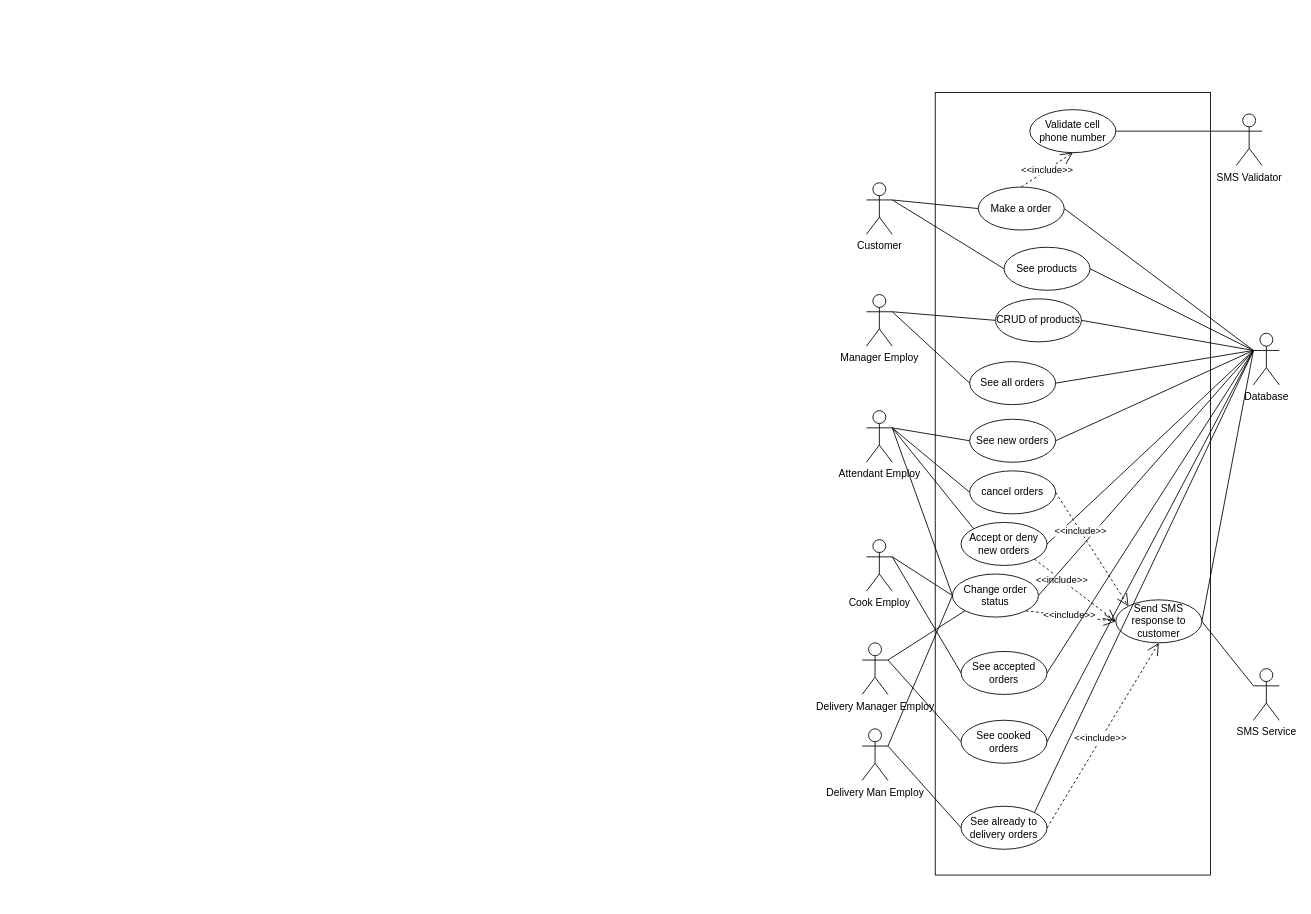
The draw.io diagram page "UML" (1 of 3) of docs/wiyo-diagrams.drawio in alvarengacarlos/Order, before the edit. Source tidied: cells renumbered, new cells numbered last; positions are measured from the earlier drawing's top-left corner, leaving out a move shared by most shapes. Both pictures are drawn from the tidied source at 86%, with x=0, y=0 at pixel (862, 92).
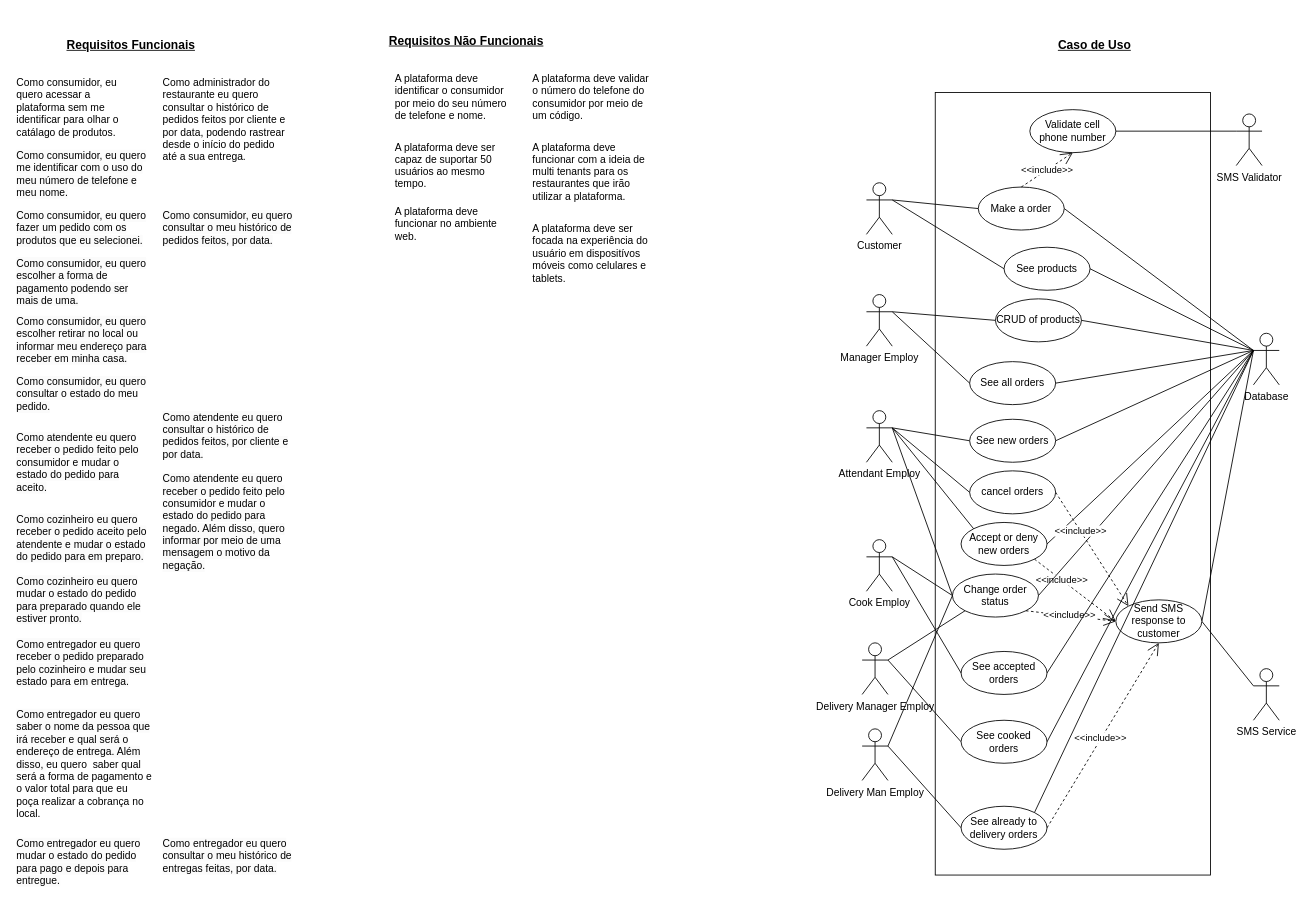
The same diagram, later.

Diff of the diagram source:
```diff
@@
+    <mxCell id="57" value="Caso de Uso" style="text;html=1;align=center;verticalAlign=middle;whiteSpace=wrap;rounded=0;fontStyle=5;fontSize=14;" parent="1" vertex="1">
+      <mxGeometry x="178" y="-70" width="185" height="30" as="geometry" />
+    </mxCell>
+    <mxCell id="58" value="Requisitos Funcionais" style="text;html=1;align=center;verticalAlign=middle;whiteSpace=wrap;rounded=0;fontSize=14;fontStyle=5;" parent="1" vertex="1">
+      <mxGeometry x="-955" y="-85" width="210" height="60" as="geometry" />
+    </mxCell>
+    <mxCell id="59" value="Requisitos Não Funcionais" style="text;html=1;align=center;verticalAlign=middle;whiteSpace=wrap;rounded=0;fontSize=14;fontStyle=5;" parent="1" vertex="1">
+      <mxGeometry x="-565" y="-90" width="210" height="60" as="geometry" />
+    </mxCell>
+    <mxCell id="60" value="&lt;span style=&quot;&quot;&gt;Como consumidor, eu quero acessar a plataforma sem me identificar para olhar o catálago de produtos.&lt;/span&gt;" style="text;html=1;align=left;verticalAlign=top;whiteSpace=wrap;rounded=0;" parent="1" vertex="1">
+      <mxGeometry x="-985" y="-25" width="130" height="80" as="geometry" />
+    </mxCell>
+    <mxCell id="61" value="&lt;span style=&quot;color: rgb(0, 0, 0); font-family: Helvetica; font-size: 12px; font-style: normal; font-variant-ligatures: normal; font-variant-caps: normal; font-weight: 400; letter-spacing: normal; orphans: 2; text-indent: 0px; text-transform: none; widows: 2; word-spacing: 0px; -webkit-text-stroke-width: 0px; white-space: normal; background-color: rgb(251, 251, 251); text-decoration-thickness: initial; text-decoration-style: initial; text-decoration-color: initial; float: none; display: inline !important;&quot;&gt;Como consumidor, eu quero fazer um pedido com os produtos que eu selecionei.&lt;/span&gt;" style="text;whiteSpace=wrap;html=1;align=left;verticalAlign=top;" parent="1" vertex="1">
+      <mxGeometry x="-985" y="130" width="160" height="60" as="geometry" />
+    </mxCell>
+    <mxCell id="62" value="&lt;span style=&quot;color: rgb(0, 0, 0); font-family: Helvetica; font-size: 12px; font-style: normal; font-variant-ligatures: normal; font-variant-caps: normal; font-weight: 400; letter-spacing: normal; orphans: 2; text-indent: 0px; text-transform: none; widows: 2; word-spacing: 0px; -webkit-text-stroke-width: 0px; white-space: normal; background-color: rgb(251, 251, 251); text-decoration-thickness: initial; text-decoration-style: initial; text-decoration-color: initial; float: none; display: inline !important;&quot;&gt;Como consumidor, eu quero escolher retirar no local ou informar meu endereço para receber em minha casa.&lt;/span&gt;" style="text;whiteSpace=wrap;html=1;align=left;verticalAlign=top;" parent="1" vertex="1">
+      <mxGeometry x="-985" y="252.5" width="160" height="70" as="geometry" />
+    </mxCell>
+    <mxCell id="63" value="&lt;span style=&quot;color: rgb(0, 0, 0); font-family: Helvetica; font-size: 12px; font-style: normal; font-variant-ligatures: normal; font-variant-caps: normal; font-weight: 400; letter-spacing: normal; orphans: 2; text-indent: 0px; text-transform: none; widows: 2; word-spacing: 0px; -webkit-text-stroke-width: 0px; white-space: normal; background-color: rgb(251, 251, 251); text-decoration-thickness: initial; text-decoration-style: initial; text-decoration-color: initial; float: none; display: inline !important;&quot;&gt;Como consumidor, eu quero escolher a forma de pagamento podendo ser mais de uma.&lt;/span&gt;" style="text;whiteSpace=wrap;html=1;align=left;verticalAlign=top;" parent="1" vertex="1">
+      <mxGeometry x="-985" y="185" width="160" height="67.5" as="geometry" />
+    </mxCell>
+    <mxCell id="64" value="&lt;span style=&quot;color: rgb(0, 0, 0); font-family: Helvetica; font-size: 12px; font-style: normal; font-variant-ligatures: normal; font-variant-caps: normal; font-weight: 400; letter-spacing: normal; orphans: 2; text-indent: 0px; text-transform: none; widows: 2; word-spacing: 0px; -webkit-text-stroke-width: 0px; white-space: normal; background-color: rgb(251, 251, 251); text-decoration-thickness: initial; text-decoration-style: initial; text-decoration-color: initial; float: none; display: inline !important;&quot;&gt;Como consumidor, eu quero me identificar com o uso do meu número de telefone e meu nome.&lt;/span&gt;" style="text;whiteSpace=wrap;html=1;align=left;verticalAlign=top;" parent="1" vertex="1">
+      <mxGeometry x="-985" y="60" width="160" height="70" as="geometry" />
+    </mxCell>
+    <mxCell id="65" value="&lt;span style=&quot;color: rgb(0, 0, 0); font-family: Helvetica; font-size: 12px; font-style: normal; font-variant-ligatures: normal; font-variant-caps: normal; font-weight: 400; letter-spacing: normal; orphans: 2; text-indent: 0px; text-transform: none; widows: 2; word-spacing: 0px; -webkit-text-stroke-width: 0px; white-space: normal; background-color: rgb(251, 251, 251); text-decoration-thickness: initial; text-decoration-style: initial; text-decoration-color: initial; float: none; display: inline !important;&quot;&gt;Como atendente eu quero receber o pedido feito pelo consumidor e mudar o estado do pedido para aceito.&lt;/span&gt;" style="text;whiteSpace=wrap;html=1;align=left;verticalAlign=top;" parent="1" vertex="1">
+      <mxGeometry x="-985" y="387.5" width="160" height="90" as="geometry" />
+    </mxCell>
+    <mxCell id="66" value="&lt;span style=&quot;color: rgb(0, 0, 0); font-family: Helvetica; font-size: 12px; font-style: normal; font-variant-ligatures: normal; font-variant-caps: normal; font-weight: 400; letter-spacing: normal; orphans: 2; text-indent: 0px; text-transform: none; widows: 2; word-spacing: 0px; -webkit-text-stroke-width: 0px; white-space: normal; background-color: rgb(251, 251, 251); text-decoration-thickness: initial; text-decoration-style: initial; text-decoration-color: initial; float: none; display: inline !important;&quot;&gt;Como consumidor, eu quero consultar o estado do meu pedido.&lt;/span&gt;" style="text;whiteSpace=wrap;html=1;align=left;verticalAlign=top;" parent="1" vertex="1">
+      <mxGeometry x="-985" y="322.5" width="160" height="55" as="geometry" />
+    </mxCell>
+    <mxCell id="67" value="&lt;span style=&quot;color: rgb(0, 0, 0); font-family: Helvetica; font-size: 12px; font-style: normal; font-variant-ligatures: normal; font-variant-caps: normal; font-weight: 400; letter-spacing: normal; orphans: 2; text-indent: 0px; text-transform: none; widows: 2; word-spacing: 0px; -webkit-text-stroke-width: 0px; white-space: normal; background-color: rgb(251, 251, 251); text-decoration-thickness: initial; text-decoration-style: initial; text-decoration-color: initial; float: none; display: inline !important;&quot;&gt;Como cozinheiro eu quero receber o pedido aceito pelo atendente e mudar o estado do pedido para em preparo.&lt;/span&gt;" style="text;whiteSpace=wrap;html=1;align=left;verticalAlign=top;" parent="1" vertex="1">
+      <mxGeometry x="-985" y="482.5" width="160" height="75" as="geometry" />
+    </mxCell>
+    <mxCell id="68" value="&lt;span style=&quot;color: rgb(0, 0, 0); font-family: Helvetica; font-size: 12px; font-style: normal; font-variant-ligatures: normal; font-variant-caps: normal; font-weight: 400; letter-spacing: normal; orphans: 2; text-indent: 0px; text-transform: none; widows: 2; word-spacing: 0px; -webkit-text-stroke-width: 0px; white-space: normal; background-color: rgb(251, 251, 251); text-decoration-thickness: initial; text-decoration-style: initial; text-decoration-color: initial; float: none; display: inline !important;&quot;&gt;Como cozinheiro eu quero mudar o estado do pedido para preparado quando ele estiver pronto.&lt;/span&gt;" style="text;whiteSpace=wrap;html=1;align=left;verticalAlign=top;" parent="1" vertex="1">
+      <mxGeometry x="-985" y="555" width="160" height="72.5" as="geometry" />
+    </mxCell>
+    <mxCell id="69" value="&lt;span style=&quot;color: rgb(0, 0, 0); font-family: Helvetica; font-size: 12px; font-style: normal; font-variant-ligatures: normal; font-variant-caps: normal; font-weight: 400; letter-spacing: normal; orphans: 2; text-indent: 0px; text-transform: none; widows: 2; word-spacing: 0px; -webkit-text-stroke-width: 0px; white-space: normal; background-color: rgb(251, 251, 251); text-decoration-thickness: initial; text-decoration-style: initial; text-decoration-color: initial; float: none; display: inline !important;&quot;&gt;Como entregador eu quero receber o pedido preparado pelo cozinheiro e mudar seu estado para em entrega.&lt;/span&gt;" style="text;whiteSpace=wrap;html=1;align=left;verticalAlign=top;" parent="1" vertex="1">
+      <mxGeometry x="-985" y="627.5" width="160" height="72.5" as="geometry" />
+    </mxCell>
+    <mxCell id="70" value="&lt;span style=&quot;color: rgb(0, 0, 0); font-family: Helvetica; font-size: 12px; font-style: normal; font-variant-ligatures: normal; font-variant-caps: normal; font-weight: 400; letter-spacing: normal; orphans: 2; text-indent: 0px; text-transform: none; widows: 2; word-spacing: 0px; -webkit-text-stroke-width: 0px; white-space: normal; background-color: rgb(251, 251, 251); text-decoration-thickness: initial; text-decoration-style: initial; text-decoration-color: initial; float: none; display: inline !important;&quot;&gt;Como entregador eu quero mudar o estado do pedido para pago e depois para entregue.&lt;/span&gt;" style="text;whiteSpace=wrap;html=1;align=left;verticalAlign=top;" parent="1" vertex="1">
+      <mxGeometry x="-985" y="860" width="160" height="78.8" as="geometry" />
+    </mxCell>
+    <mxCell id="71" value="&lt;span style=&quot;color: rgb(0, 0, 0); font-family: Helvetica; font-size: 12px; font-style: normal; font-variant-ligatures: normal; font-variant-caps: normal; font-weight: 400; letter-spacing: normal; orphans: 2; text-indent: 0px; text-transform: none; widows: 2; word-spacing: 0px; -webkit-text-stroke-width: 0px; white-space: normal; background-color: rgb(251, 251, 251); text-decoration-thickness: initial; text-decoration-style: initial; text-decoration-color: initial; float: none; display: inline !important;&quot;&gt;Como entregador eu quero saber o nome da pessoa que irá receber e qual será o endereço de entrega. Além disso,&amp;nbsp;&lt;/span&gt;eu quero&amp;nbsp; saber qual será a forma de pagamento e o valor total para que eu poça realizar a cobrança no local." style="text;whiteSpace=wrap;html=1;align=left;verticalAlign=top;" parent="1" vertex="1">
+      <mxGeometry x="-985" y="710" width="160" height="140" as="geometry" />
+    </mxCell>
+    <mxCell id="72" value="&lt;span style=&quot;color: rgb(0, 0, 0); font-family: Helvetica; font-size: 12px; font-style: normal; font-variant-ligatures: normal; font-variant-caps: normal; font-weight: 400; letter-spacing: normal; orphans: 2; text-indent: 0px; text-transform: none; widows: 2; word-spacing: 0px; -webkit-text-stroke-width: 0px; white-space: normal; background-color: rgb(251, 251, 251); text-decoration-thickness: initial; text-decoration-style: initial; text-decoration-color: initial; float: none; display: inline !important;&quot;&gt;Como consumidor, eu quero consultar o meu histórico de pedidos feitos, por data.&lt;/span&gt;" style="text;whiteSpace=wrap;html=1;align=left;verticalAlign=top;" parent="1" vertex="1">
+      <mxGeometry x="-815" y="130" width="160" height="60" as="geometry" />
+    </mxCell>
+    <mxCell id="73" value="&lt;span style=&quot;color: rgb(0, 0, 0); font-family: Helvetica; font-size: 12px; font-style: normal; font-variant-ligatures: normal; font-variant-caps: normal; font-weight: 400; letter-spacing: normal; orphans: 2; text-indent: 0px; text-transform: none; widows: 2; word-spacing: 0px; -webkit-text-stroke-width: 0px; white-space: normal; background-color: rgb(251, 251, 251); text-decoration-thickness: initial; text-decoration-style: initial; text-decoration-color: initial; float: none; display: inline !important;&quot;&gt;Como entregador eu quero consultar o meu histórico de entregas feitas, por data.&lt;/span&gt;" style="text;whiteSpace=wrap;html=1;align=left;verticalAlign=top;" parent="1" vertex="1">
+      <mxGeometry x="-815" y="860" width="160" height="60" as="geometry" />
+    </mxCell>
+    <mxCell id="74" value="&lt;span style=&quot;color: rgb(0, 0, 0); font-family: Helvetica; font-size: 12px; font-style: normal; font-variant-ligatures: normal; font-variant-caps: normal; font-weight: 400; letter-spacing: normal; orphans: 2; text-indent: 0px; text-transform: none; widows: 2; word-spacing: 0px; -webkit-text-stroke-width: 0px; white-space: normal; background-color: rgb(251, 251, 251); text-decoration-thickness: initial; text-decoration-style: initial; text-decoration-color: initial; float: none; display: inline !important;&quot;&gt;Como atendente eu quero consultar o histórico de pedidos feitos, por cliente e por data.&lt;/span&gt;" style="text;whiteSpace=wrap;html=1;align=left;verticalAlign=top;" parent="1" vertex="1">
+      <mxGeometry x="-815" y="363.8" width="160" height="72.5" as="geometry" />
+    </mxCell>
+    <mxCell id="75" value="A plataforma deve identificar o consumidor por meio do seu número de telefone e nome." style="text;html=1;align=left;verticalAlign=top;whiteSpace=wrap;rounded=0;" parent="1" vertex="1">
+      <mxGeometry x="-545" y="-30" width="140" height="65" as="geometry" />
+    </mxCell>
+    <mxCell id="76" value="A plataforma deve ser capaz de suportar 50 usuários ao mesmo tempo." style="text;html=1;align=left;verticalAlign=top;whiteSpace=wrap;rounded=0;" parent="1" vertex="1">
+      <mxGeometry x="-545" y="50" width="140" height="70" as="geometry" />
+    </mxCell>
+    <mxCell id="77" value="&lt;span style=&quot;color: rgb(0, 0, 0); font-family: Helvetica; font-size: 12px; font-style: normal; font-variant-ligatures: normal; font-variant-caps: normal; font-weight: 400; letter-spacing: normal; orphans: 2; text-indent: 0px; text-transform: none; widows: 2; word-spacing: 0px; -webkit-text-stroke-width: 0px; white-space: normal; background-color: rgb(251, 251, 251); text-decoration-thickness: initial; text-decoration-style: initial; text-decoration-color: initial; float: none; display: inline !important;&quot;&gt;Como atendente eu quero receber o pedido feito pelo consumidor e mudar o estado do pedido para negado. Além disso, quero informar por meio de uma mensagem o motivo da negação.&lt;/span&gt;" style="text;whiteSpace=wrap;html=1;align=left;verticalAlign=top;" parent="1" vertex="1">
+      <mxGeometry x="-815" y="436.2" width="160" height="130" as="geometry" />
+    </mxCell>
+    <mxCell id="78" value="A plataforma deve funcionar no ambiente web." style="text;html=1;align=left;verticalAlign=top;whiteSpace=wrap;rounded=0;" parent="1" vertex="1">
+      <mxGeometry x="-545" y="125" width="140" height="55" as="geometry" />
+    </mxCell>
+    <mxCell id="79" value="A plataforma deve validar o número do telefone do consumidor por meio de um código." style="text;html=1;align=left;verticalAlign=top;whiteSpace=wrap;rounded=0;" parent="1" vertex="1">
+      <mxGeometry x="-385" y="-30" width="140" height="65" as="geometry" />
+    </mxCell>
+    <mxCell id="80" value="A plataforma deve ser focada na experiência do usuário em dispositívos móveis como celulares e tablets." style="text;html=1;align=left;verticalAlign=top;whiteSpace=wrap;rounded=0;" parent="1" vertex="1">
+      <mxGeometry x="-385" y="145" width="140" height="90" as="geometry" />
+    </mxCell>
+    <mxCell id="81" value="A plataforma deve funcionar com a ideia de multi tenants para os restaurantes que irão utilizar a plataforma." style="text;html=1;align=left;verticalAlign=top;whiteSpace=wrap;rounded=0;" parent="1" vertex="1">
+      <mxGeometry x="-385" y="50" width="140" height="80" as="geometry" />
+    </mxCell>
+    <mxCell id="82" value="Como administrador do restaurante eu quero consultar o histórico de pedidos feitos por cliente e por data, podendo rastrear desde o início do pedido até a sua entrega." style="text;html=1;align=left;verticalAlign=top;whiteSpace=wrap;rounded=0;" parent="1" vertex="1">
+      <mxGeometry x="-815" y="-25" width="150" height="125" as="geometry" />
+    </mxCell>
```
